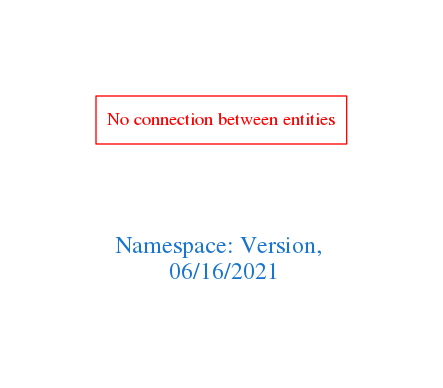
arago/OGIT keeps this Graphviz diagram as downloads/Version.png. Above is the earlier version. Its source is kept beside it as downloads/Version.dot.
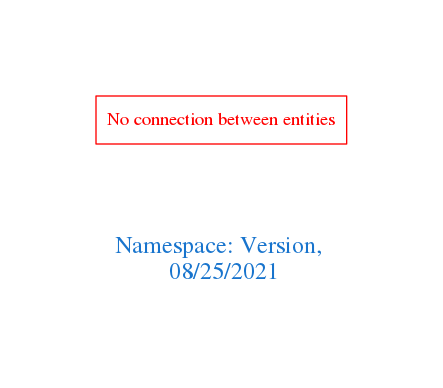
The same file after the commit.

Diff of the diagram source:
```diff
@@ -1,7 +1,7 @@
 digraph OGIT_ontology {
  graph [ rankdir= LR,pad=1
 fontsize = 18,
-fontcolor= dodgerblue3,label = "\n\n\nNamespace: Version, \n 06/16/2021"];
+fontcolor= dodgerblue3,label = "\n\n\nNamespace: Version, \n 08/25/2021"];
 node[shape=polygon];
 edge [  color="gray81"];
 
```
